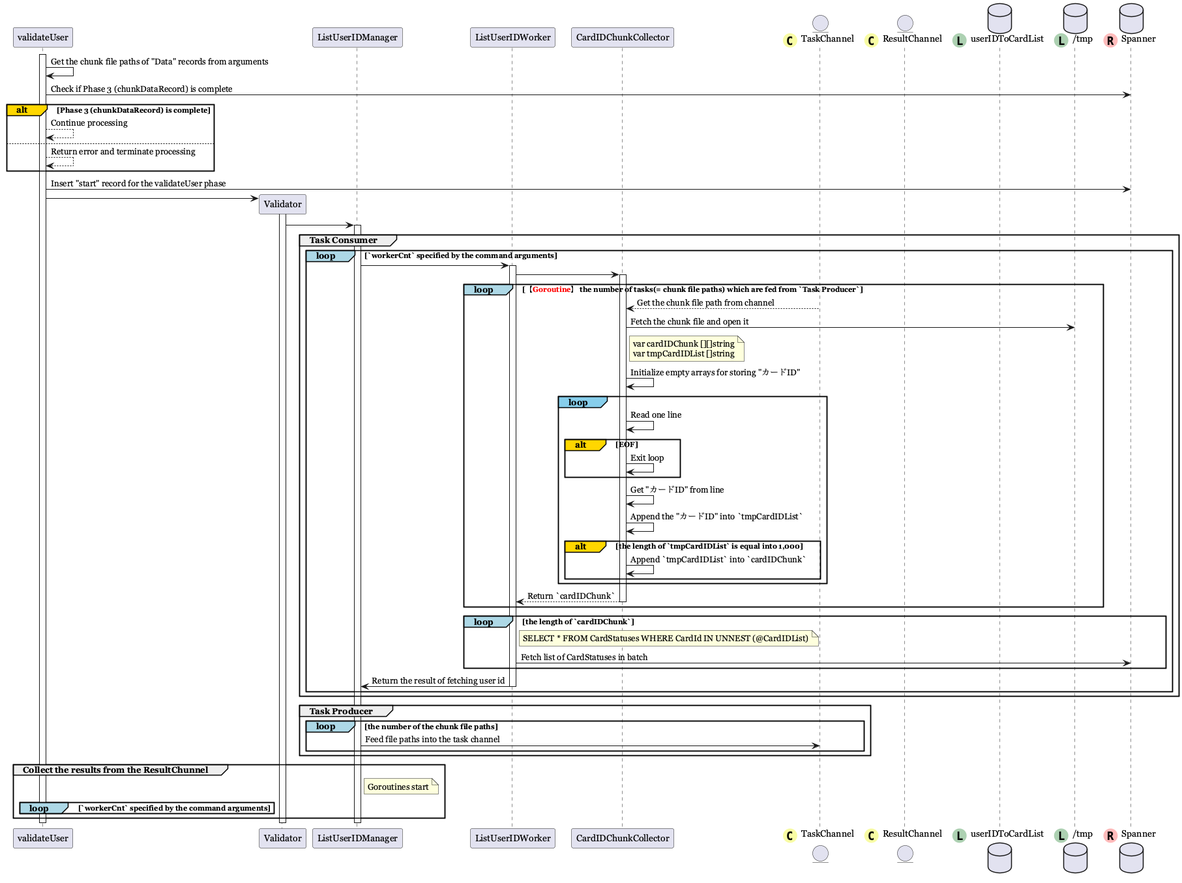
Above: en_validate_user.png in norun9/uml (PlantUML), before the change.
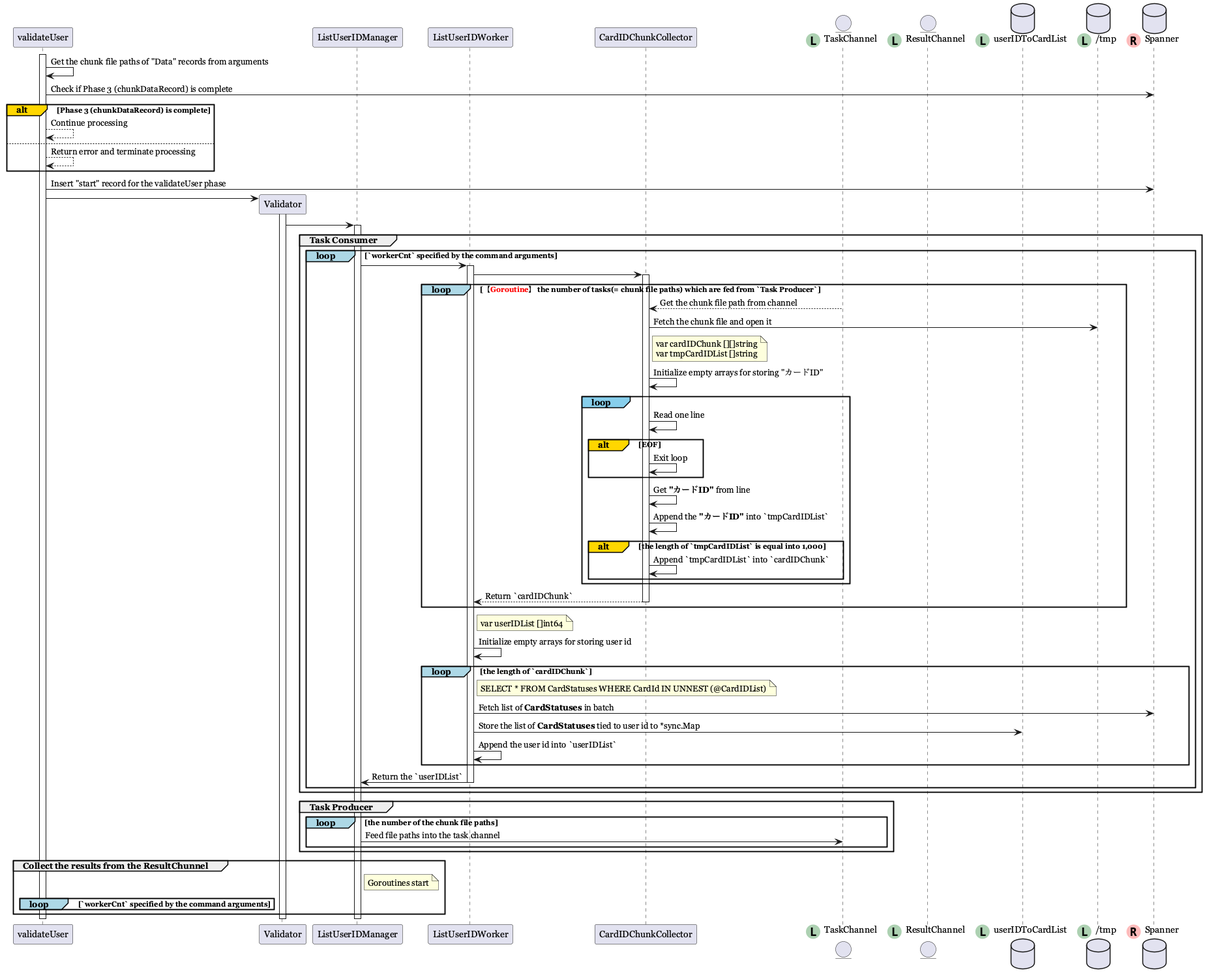
The same diagram one commit later.

What changed in the source:
```diff
@@ -6,8 +6,8 @@
 participant ListUserIDWorker
 participant CardIDChunkCollector
 
-entity TaskChannel << (C, #f8fca4) >>
-entity ResultChannel << (C, #f8fca4) >>
+entity TaskChannel << (L, #ADD1B2) >>
+entity ResultChannel << (L, #ADD1B2) >>
 
 database userIDToCardList << (L, #ADD1B2) >>
 database "/tmp" as tmp << (L, #ADD1B2) >>
@@ -35,7 +35,7 @@
         activate ListUserIDWorker
         ListUserIDWorker -> CardIDChunkCollector
 
-        loop#LightBlue 【<font color=red>Goroutine</font>】 the number of tasks(= chunk file paths) which are fed from `Task Producer`
+        loop#LightBlue 【**<font color=red>Goroutine</font>**】 the number of tasks(= chunk file paths) which are fed from `Task Producer`
             activate CardIDChunkCollector
             TaskChannel --> CardIDChunkCollector: Get the chunk file path from channel
             CardIDChunkCollector -> tmp: Fetch the chunk file and open it
@@ -46,8 +46,8 @@
                 alt#Gold EOF
                     CardIDChunkCollector -> CardIDChunkCollector: Exit loop
                 end
-                CardIDChunkCollector -> CardIDChunkCollector: Get "カードID" from line
-                CardIDChunkCollector -> CardIDChunkCollector: Append the "カードID" into `tmpCardIDList`
+                CardIDChunkCollector -> CardIDChunkCollector: Get **"カードID"** from line
+                CardIDChunkCollector -> CardIDChunkCollector: Append the **"カードID"** into `tmpCardIDList`
                 alt#Gold the length of `tmpCardIDList` is equal into 1,000
                     CardIDChunkCollector -> CardIDChunkCollector: Append `tmpCardIDList` into `cardIDChunk`
                 end
@@ -55,11 +55,15 @@
             CardIDChunkCollector --> ListUserIDWorker: Return `cardIDChunk`
             deactivate CardIDChunkCollector
         end
+        note right of ListUserIDWorker: var userIDList []int64
+        ListUserIDWorker -> ListUserIDWorker: Initialize empty arrays for storing user id
         loop#LightBlue the length of `cardIDChunk`
             note right of ListUserIDWorker: SELECT * FROM CardStatuses WHERE CardId IN UNNEST (@CardIDList)
-            ListUserIDWorker -> Spanner: Fetch list of CardStatuses in batch
+            ListUserIDWorker -> Spanner: Fetch list of **CardStatuses** in batch
+            ListUserIDWorker -> userIDToCardList: Store the list of **CardStatuses** tied to user id to *sync.Map
+            ListUserIDWorker -> ListUserIDWorker: Append the user id into `userIDList`
         end
-        ListUserIDWorker -> ListUserIDManager: Return the result of fetching user id
+        ListUserIDWorker -> ListUserIDManager: Return the `userIDList`
         deactivate ListUserIDWorker
     end
 end
```
